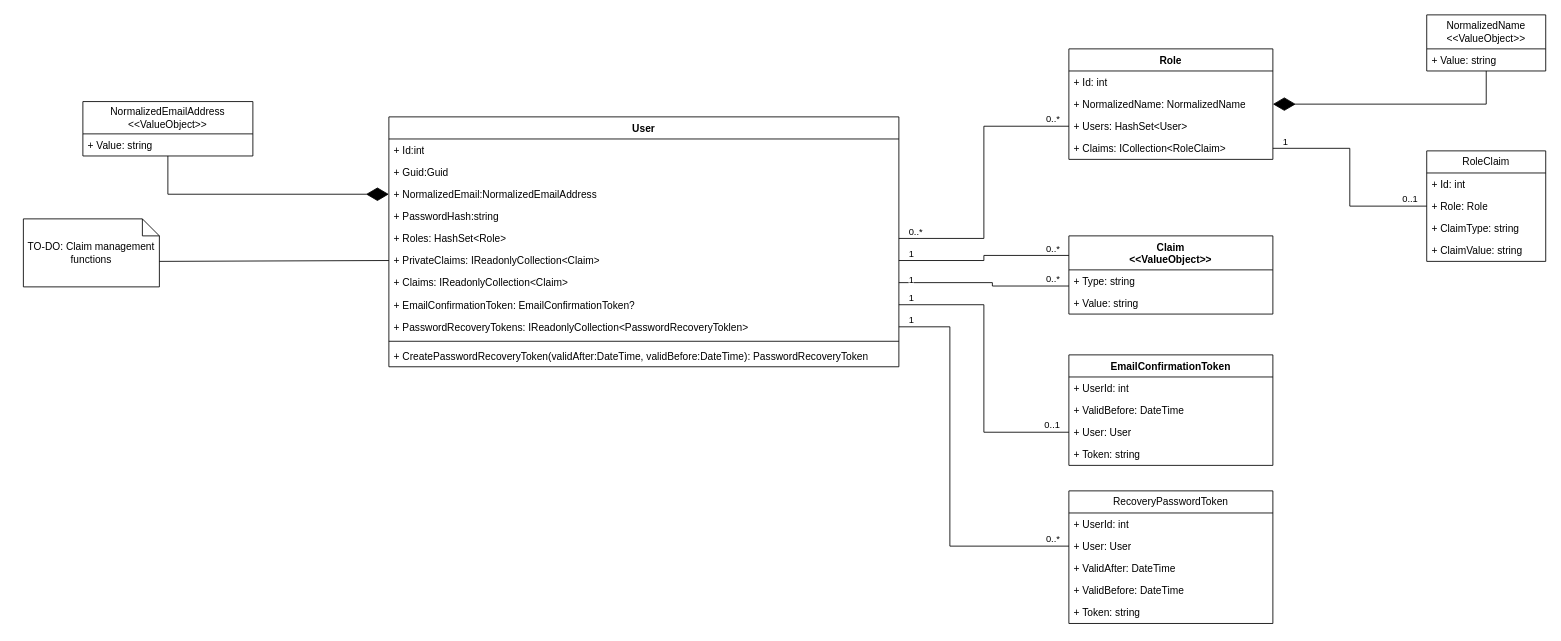
This is doc/DailyRoutine.drawio from pawel-worwag/DailyRoutine, a draw.io file, before an edit. Source tidied: cells renumbered, new cells numbered last; positions are measured from the earlier drawing's top-left corner, leaving out a move shared by most shapes. Both pictures are drawn from the tidied source at 85%, with x=0, y=0 at pixel (23, 14).
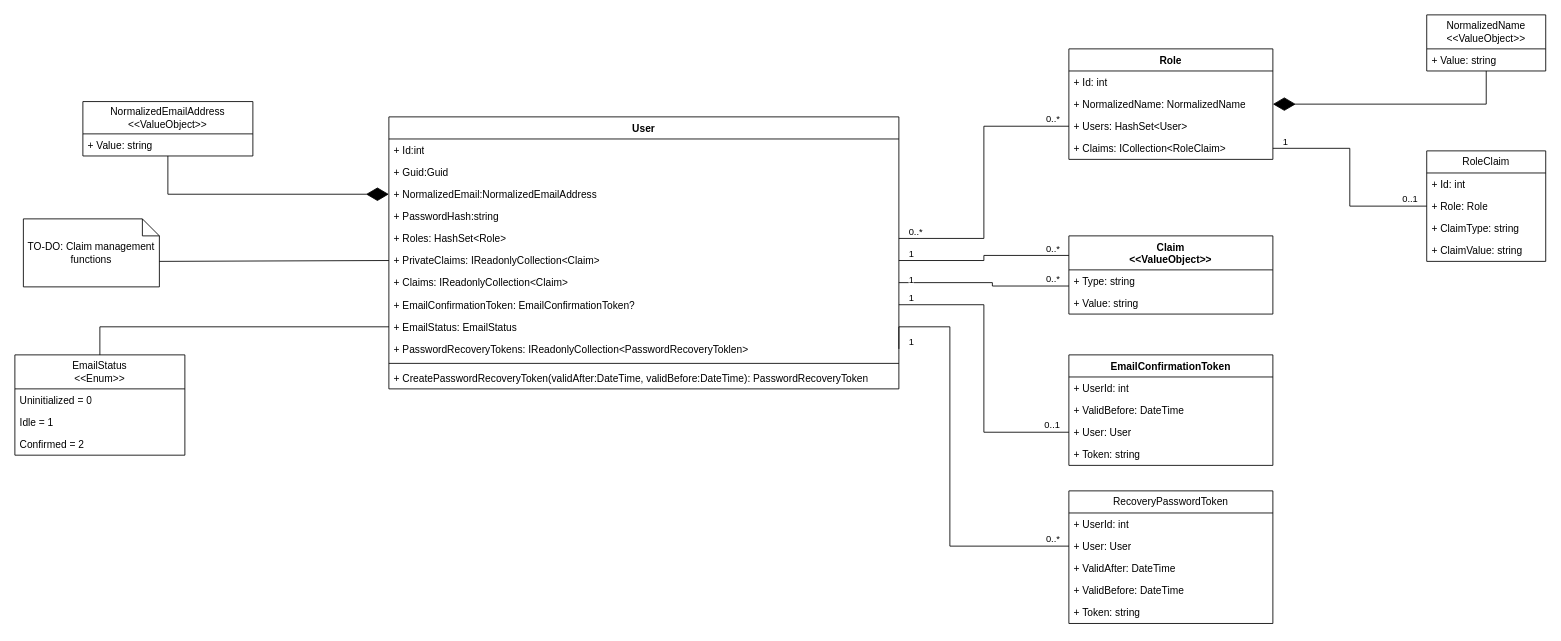
The same diagram, later.

Commit message:
EmailStatus enum

Diff of the diagram source:
```diff
@@
     <mxCell id="2" value="User" style="swimlane;fontStyle=1;align=center;verticalAlign=top;horizontal=1;startSize=26;whiteSpace=wrap;html=1;" parent="1" vertex="1">
-      <mxGeometry x="430" y="120" width="600" height="294" as="geometry" />
+      <mxGeometry x="430" y="120" width="600" height="320" as="geometry" />
     </mxCell>
@@
+    <mxCell id="64" value="+ EmailStatus: EmailStatus" style="text;strokeColor=none;fillColor=none;align=left;verticalAlign=top;spacingLeft=4;spacingRight=4;overflow=hidden;points=[[0,0.5],[1,0.5]];portConstraint=eastwest;whiteSpace=wrap;html=1;" parent="2" vertex="1">
+      <mxGeometry y="234" width="600" height="26" as="geometry" />
+    </mxCell>
     <mxCell id="11" value="+ PasswordRecoveryTokens: IReadonlyCollection&amp;lt;PasswordRecoveryToklen&amp;gt;" style="text;strokeColor=none;fillColor=none;align=left;verticalAlign=top;spacingLeft=4;spacingRight=4;overflow=hidden;points=[[0,0.5],[1,0.5]];portConstraint=eastwest;whiteSpace=wrap;html=1;" parent="2" vertex="1">
-      <mxGeometry y="234" width="600" height="26" as="geometry" />
+      <mxGeometry y="260" width="600" height="26" as="geometry" />
     </mxCell>
     <mxCell id="12" style="line;strokeWidth=1;fillColor=none;align=left;verticalAlign=middle;spacingTop=-1;spacingLeft=3;spacingRight=3;labelPosition=right;strokeColor=inherit;" parent="2" vertex="1">
-      <mxGeometry y="260" width="600" height="8" as="geometry" />
+      <mxGeometry y="286" width="600" height="8" as="geometry" />
     </mxCell>
     <mxCell id="13" value="+ CreatePasswordRecoveryToken(validAfter:DateTime, validBefore:DateTime): PasswordRecoveryToken" style="text;strokeColor=none;fillColor=none;align=left;verticalAlign=top;spacingLeft=4;spacingRight=4;overflow=hidden;whiteSpace=wrap;html=1;" parent="2" vertex="1">
-      <mxGeometry y="268" width="600" height="26" as="geometry" />
+      <mxGeometry y="294" width="600" height="26" as="geometry" />
     </mxCell>
@@
+    <mxCell id="65" value="EmailStatus&lt;br&gt;&amp;lt;&amp;lt;Enum&amp;gt;&amp;gt;" style="swimlane;fontStyle=0;horizontal=1;startSize=40;fillColor=none;whiteSpace=wrap;html=1;" parent="1" vertex="1">
+      <mxGeometry x="-10" y="400" width="200" height="118" as="geometry" />
+    </mxCell>
+    <mxCell id="66" value="Uninitialized = 0" style="text;strokeColor=none;fillColor=none;align=left;verticalAlign=top;spacingLeft=4;spacingRight=4;overflow=hidden;whiteSpace=wrap;html=1;" parent="65" vertex="1">
+      <mxGeometry y="40" width="200" height="26" as="geometry" />
+    </mxCell>
+    <mxCell id="67" value="Idle = 1" style="text;strokeColor=none;fillColor=none;align=left;verticalAlign=top;spacingLeft=4;spacingRight=4;overflow=hidden;whiteSpace=wrap;html=1;" parent="65" vertex="1">
+      <mxGeometry y="66" width="200" height="26" as="geometry" />
+    </mxCell>
+    <mxCell id="68" value="Confirmed = 2" style="text;strokeColor=none;fillColor=none;align=left;verticalAlign=top;spacingLeft=4;spacingRight=4;overflow=hidden;whiteSpace=wrap;html=1;" parent="65" vertex="1">
+      <mxGeometry y="92" width="200" height="26" as="geometry" />
+    </mxCell>
+    <mxCell id="69" style="endArrow=none;html=1;edgeStyle=orthogonalEdgeStyle;rounded=0;" parent="1" edge="1" source="65" target="64">
+      <mxGeometry relative="1" as="geometry" />
+    </mxCell>
```
